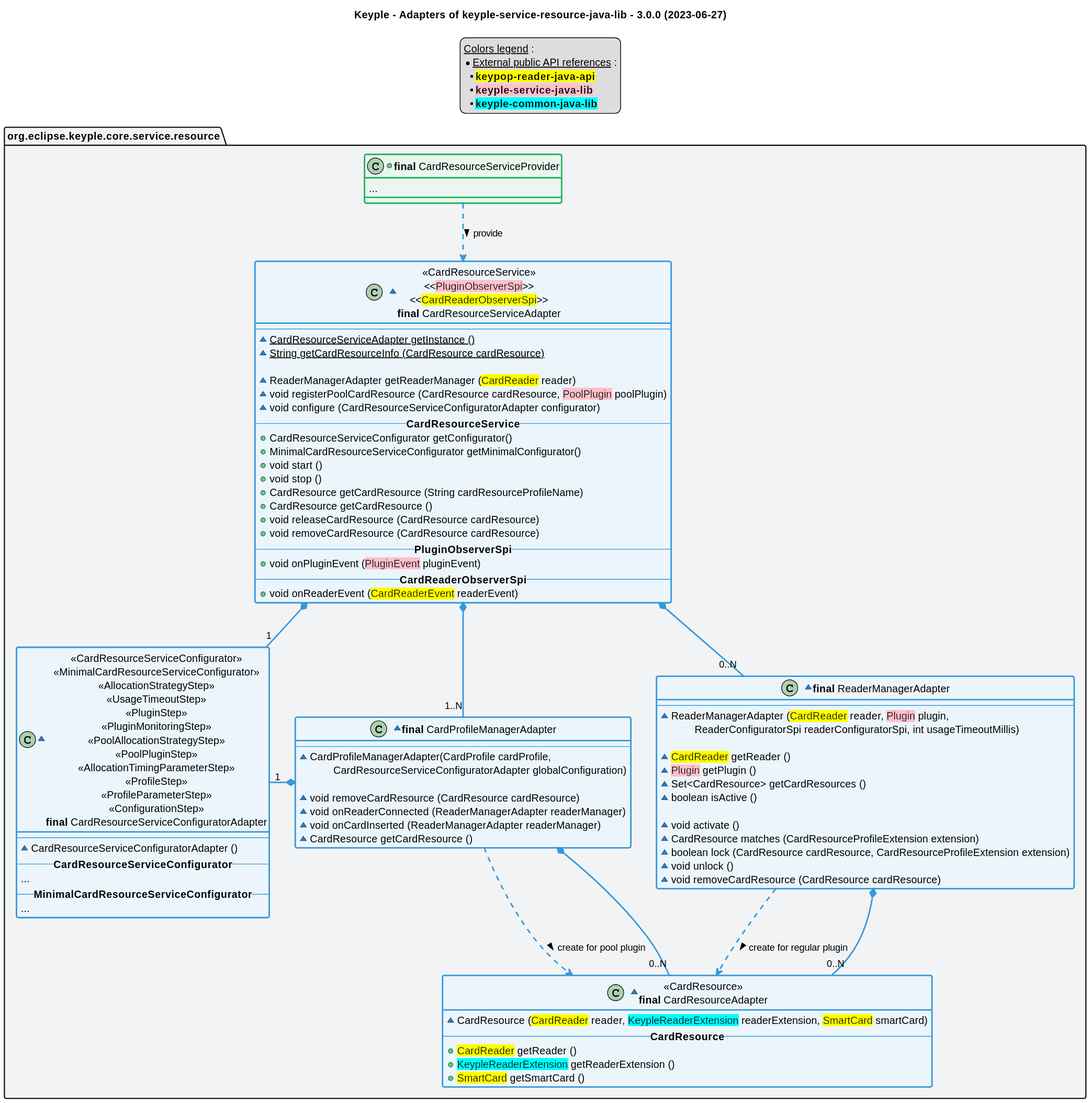
Before: src/main/uml/adapter_class_diagram.svg, a diagram exported from PlantUML (eclipse-keyple/keyple-service-resource-java-lib).
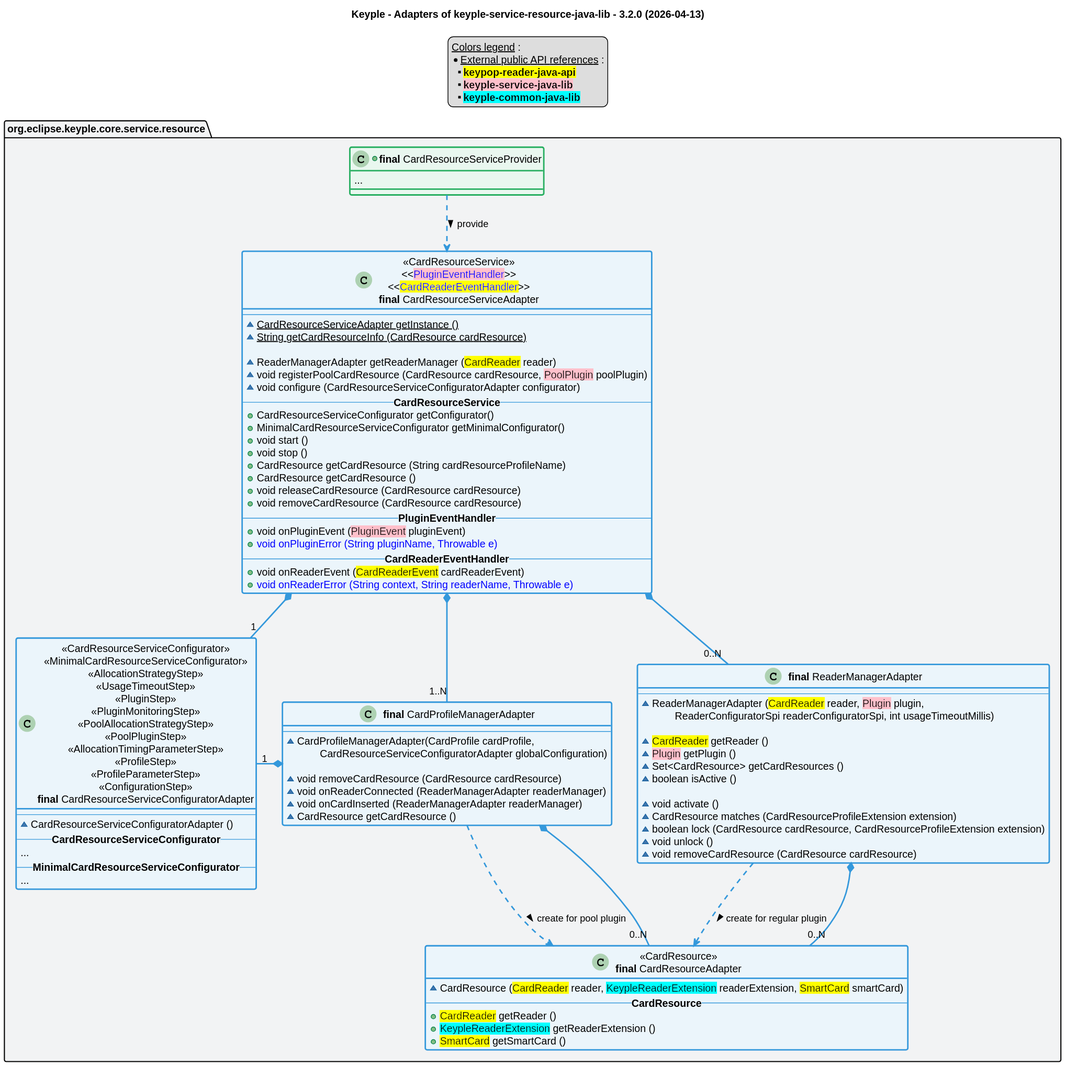
The same file after the commit.

What changed in the source:
```diff
@@ -1,6 +1,6 @@
 @startuml
 title
-    Keyple - Adapters of keyple-service-resource-java-lib - 3.0.0 (2023-06-27)
+    Keyple - Adapters of keyple-service-resource-java-lib - 3.2.0 (2026-04-13)
 end title
 
 
@@ -53,7 +53,7 @@
     +class "**final** CardResourceServiceProvider" as CardResourceServiceProvider <<green>> {
         ...
     }
-    ~class "<<CardResourceService>>\n<<<back:pink>PluginObserverSpi</back>>>\n<<<back:yellow>CardReaderObserverSpi</back>>>\n**final** CardResourceServiceAdapter" as CardResourceServiceAdapter {
+    ~class "<<CardResourceService>>\n<<<back:pink><color:blue>PluginEventHandler</back>>>\n<<<back:yellow><color:blue>CardReaderEventHandler</back>>>\n**final** CardResourceServiceAdapter" as CardResourceServiceAdapter {
         --
         ~{static} CardResourceServiceAdapter getInstance ()
         ~{static} String getCardResourceInfo (CardResource cardResource)
@@ -70,10 +70,12 @@
         +CardResource getCardResource ()
         +void releaseCardResource (CardResource cardResource)
         +void removeCardResource (CardResource cardResource)
-        -- **PluginObserverSpi** --
+        -- **PluginEventHandler** --
         +void onPluginEvent (<back:pink>PluginEvent</back> pluginEvent)
-        -- **CardReaderObserverSpi** --
-        +void onReaderEvent (<back:yellow>CardReaderEvent</back> readerEvent)
+        +<color:blue>void onPluginError (String pluginName, Throwable e)
+        -- **CardReaderEventHandler** --
+        +void onReaderEvent (<back:yellow>CardReaderEvent</back> cardReaderEvent)
+        +<color:blue>void onReaderError (String context, String readerName, Throwable e)
     }
     ~class "<<CardResource>>\n**final** CardResourceAdapter" as CardResourceAdapter {
         ~CardResource (<back:yellow>CardReader</back> reader, <back:cyan>KeypleReaderExtension</back> readerExtension, <back:yellow>SmartCard</back> smartCard)
```
